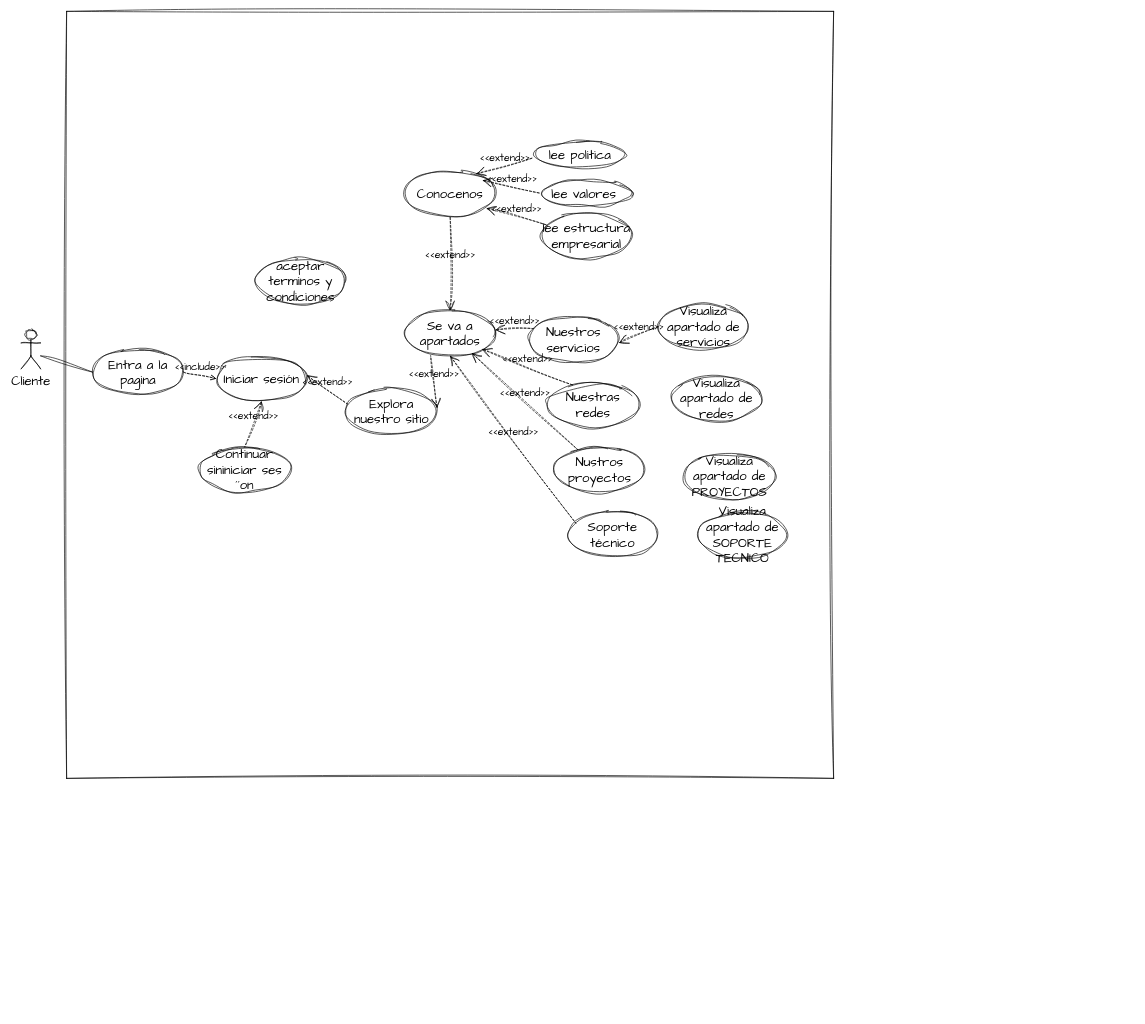
The draw.io diagram page "GENERAL" (1 of 4) of casos_uso_sitio_web.drawio in Ismael137O/ESDAD_CASOS_USO, before the edit. Source tidied: cells renumbered, new cells numbered last; positions are measured from the earlier drawing's top-left corner, leaving out a move shared by most shapes. Both pictures are drawn from the tidied source at 65%, with x=0, y=0 at pixel (21, 11).
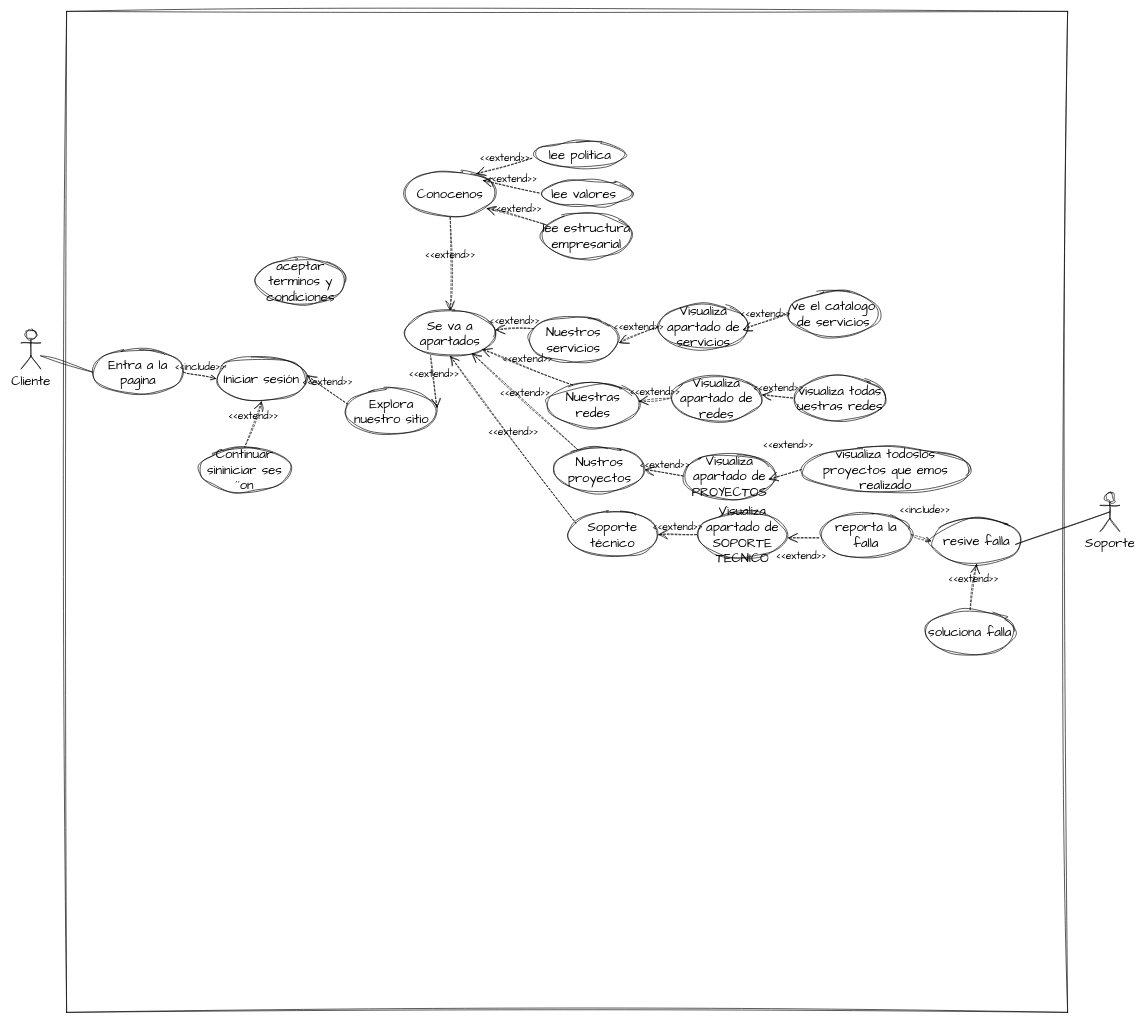
The same page after the edit.

Commit message:
se actualiza caso de uso general

Unchanged cells that the change refers to:
```xml
<mxCell id="10" value="Nustros proyectos" style="ellipse;whiteSpace=wrap;html=1;sketch=1;hachureGap=4;jiggle=2;curveFitting=1;fontFamily=Architects Daughter;fontSize=20;" parent="1" vertex="1">
  <mxGeometry x="820" y="670" width="140" height="70" as="geometry" />
</mxCell>
<mxCell id="26" value="Soporte técnico" style="ellipse;whiteSpace=wrap;html=1;sketch=1;hachureGap=4;jiggle=2;curveFitting=1;fontFamily=Architects Daughter;fontSize=20;" parent="1" vertex="1">
  <mxGeometry x="840" y="770" width="140" height="70" as="geometry" />
</mxCell>
<mxCell id="31" value="Visualiza apartado de redes" style="ellipse;whiteSpace=wrap;html=1;sketch=1;hachureGap=4;jiggle=2;curveFitting=1;fontFamily=Architects Daughter;fontSize=20;" parent="1" vertex="1">
  <mxGeometry x="1000" y="560" width="140" height="70" as="geometry" />
</mxCell>
<mxCell id="32" value="Visualiza apartado de PROYECTOS" style="ellipse;whiteSpace=wrap;html=1;sketch=1;hachureGap=4;jiggle=2;curveFitting=1;fontFamily=Architects Daughter;fontSize=20;" parent="1" vertex="1">
  <mxGeometry x="1020" y="680" width="140" height="70" as="geometry" />
</mxCell>
<mxCell id="33" value="Visualiza apartado de SOPORTE TECNICO" style="ellipse;whiteSpace=wrap;html=1;sketch=1;hachureGap=4;jiggle=2;curveFitting=1;fontFamily=Architects Daughter;fontSize=20;" parent="1" vertex="1">
  <mxGeometry x="1040" y="770" width="140" height="70" as="geometry" />
</mxCell>
```

The edit, as a diff of the source:
```diff
@@
     <mxCell id="2" style="whiteSpace=wrap;html=1;sketch=1;hachureGap=4;jiggle=2;curveFitting=1;fontFamily=Architects Daughter;fontSize=20;" parent="1" vertex="1">
-      <mxGeometry x="70" width="1180" height="1180" as="geometry" />
+      <mxGeometry x="70" width="1540" height="1540" as="geometry" />
     </mxCell>
@@
+    <mxCell id="36" value="&amp;lt;&amp;lt;extend&amp;gt;&amp;gt;" style="edgeStyle=none;html=1;startArrow=open;endArrow=none;startSize=12;verticalAlign=bottom;dashed=1;labelBackgroundColor=none;rounded=0;sketch=1;hachureGap=4;jiggle=2;curveFitting=1;fontFamily=Architects Daughter;fontSize=16;entryX=0;entryY=0.5;entryDx=0;entryDy=0;" parent="1" edge="1" target="31">
+      <mxGeometry relative="1" as="geometry">
+        <mxPoint x="950" y="600" as="sourcePoint" />
+      </mxGeometry>
+    </mxCell>
+    <mxCell id="37" value="&amp;lt;&amp;lt;extend&amp;gt;&amp;gt;" style="edgeStyle=none;html=1;startArrow=open;endArrow=none;startSize=12;verticalAlign=bottom;dashed=1;labelBackgroundColor=none;rounded=0;sketch=1;hachureGap=4;jiggle=2;curveFitting=1;fontFamily=Architects Daughter;fontSize=16;exitX=1;exitY=0.5;exitDx=0;exitDy=0;entryX=0;entryY=0.5;entryDx=0;entryDy=0;" parent="1" edge="1" source="10" target="32">
+      <mxGeometry relative="1" as="geometry" />
+    </mxCell>
+    <mxCell id="38" value="&amp;lt;&amp;lt;extend&amp;gt;&amp;gt;" style="edgeStyle=none;html=1;startArrow=open;endArrow=none;startSize=12;verticalAlign=bottom;dashed=1;labelBackgroundColor=none;rounded=0;sketch=1;hachureGap=4;jiggle=2;curveFitting=1;fontFamily=Architects Daughter;fontSize=16;entryX=0;entryY=0.5;entryDx=0;entryDy=0;exitX=1;exitY=0.5;exitDx=0;exitDy=0;" parent="1" edge="1" source="26" target="33">
+      <mxGeometry relative="1" as="geometry" />
+    </mxCell>
+    <mxCell id="39" value="visualiza todas uestras redes" style="ellipse;whiteSpace=wrap;html=1;sketch=1;hachureGap=4;jiggle=2;curveFitting=1;fontFamily=Architects Daughter;fontSize=20;" parent="1" vertex="1">
+      <mxGeometry x="1190" y="560" width="140" height="70" as="geometry" />
+    </mxCell>
+    <mxCell id="40" value="&amp;lt;&amp;lt;extend&amp;gt;&amp;gt;" style="edgeStyle=none;html=1;startArrow=open;endArrow=none;startSize=12;verticalAlign=bottom;dashed=1;labelBackgroundColor=none;rounded=0;sketch=1;hachureGap=4;jiggle=2;curveFitting=1;fontFamily=Architects Daughter;fontSize=16;entryX=0;entryY=0.5;entryDx=0;entryDy=0;" parent="1" edge="1" target="39">
+      <mxGeometry relative="1" as="geometry">
+        <mxPoint x="1140" y="590" as="sourcePoint" />
+      </mxGeometry>
+    </mxCell>
+    <mxCell id="41" value="visualiza todoslos proyectos que emos realizado" style="ellipse;whiteSpace=wrap;html=1;sketch=1;hachureGap=4;jiggle=2;curveFitting=1;fontFamily=Architects Daughter;fontSize=20;" parent="1" vertex="1">
+      <mxGeometry x="1200" y="670" width="260" height="70" as="geometry" />
+    </mxCell>
+    <mxCell id="42" value="&amp;lt;&amp;lt;extend&amp;gt;&amp;gt;" style="edgeStyle=none;html=1;startArrow=open;endArrow=none;startSize=12;verticalAlign=bottom;dashed=1;labelBackgroundColor=none;rounded=0;sketch=1;hachureGap=4;jiggle=2;curveFitting=1;fontFamily=Architects Daughter;fontSize=16;entryX=0;entryY=0.5;entryDx=0;entryDy=0;" parent="1" edge="1" target="41">
+      <mxGeometry x="0.54" y="30" relative="1" as="geometry">
+        <mxPoint x="1150" y="720" as="sourcePoint" />
+      </mxGeometry>
+    </mxCell>
+    <mxCell id="43" value="ve el catalogo de servicios" style="ellipse;whiteSpace=wrap;html=1;sketch=1;hachureGap=4;jiggle=2;curveFitting=1;fontFamily=Architects Daughter;fontSize=20;" parent="1" vertex="1">
+      <mxGeometry x="1180" y="430" width="140" height="70" as="geometry" />
+    </mxCell>
+    <mxCell id="44" value="&amp;lt;&amp;lt;extend&amp;gt;&amp;gt;" style="edgeStyle=none;html=1;startArrow=open;endArrow=none;startSize=12;verticalAlign=bottom;dashed=1;labelBackgroundColor=none;rounded=0;sketch=1;hachureGap=4;jiggle=2;curveFitting=1;fontFamily=Architects Daughter;fontSize=16;entryX=0;entryY=0.5;entryDx=0;entryDy=0;" parent="1" edge="1" target="43">
+      <mxGeometry relative="1" as="geometry">
+        <mxPoint x="1110" y="490" as="sourcePoint" />
+      </mxGeometry>
+    </mxCell>
+    <mxCell id="45" value="reporta la falla" style="ellipse;whiteSpace=wrap;html=1;sketch=1;hachureGap=4;jiggle=2;curveFitting=1;fontFamily=Architects Daughter;fontSize=20;" parent="1" vertex="1">
+      <mxGeometry x="1230" y="770" width="140" height="70" as="geometry" />
+    </mxCell>
+    <mxCell id="46" value="&amp;lt;&amp;lt;extend&amp;gt;&amp;gt;" style="edgeStyle=none;html=1;startArrow=open;endArrow=none;startSize=12;verticalAlign=bottom;dashed=1;labelBackgroundColor=none;rounded=0;sketch=1;hachureGap=4;jiggle=2;curveFitting=1;fontFamily=Architects Daughter;fontSize=16;" parent="1" edge="1">
+      <mxGeometry x="-0.2" y="-40" relative="1" as="geometry">
+        <mxPoint x="1180" y="810" as="sourcePoint" />
+        <mxPoint x="1230" y="810" as="targetPoint" />
+      </mxGeometry>
+    </mxCell>
+    <mxCell id="47" value="Soporte" style="shape=umlActor;html=1;verticalLabelPosition=bottom;verticalAlign=top;align=center;sketch=1;hachureGap=4;jiggle=2;curveFitting=1;fontFamily=Architects Daughter;fontSize=20;" parent="1" vertex="1">
+      <mxGeometry x="1660" y="740" width="30" height="60" as="geometry" />
+    </mxCell>
+    <mxCell id="48" value="resive falla" style="ellipse;whiteSpace=wrap;html=1;sketch=1;hachureGap=4;jiggle=2;curveFitting=1;fontFamily=Architects Daughter;fontSize=20;" parent="1" vertex="1">
+      <mxGeometry x="1400" y="780" width="140" height="70" as="geometry" />
+    </mxCell>
+    <mxCell id="49" value="soluciona falla" style="ellipse;whiteSpace=wrap;html=1;sketch=1;hachureGap=4;jiggle=2;curveFitting=1;fontFamily=Architects Daughter;fontSize=20;" parent="1" vertex="1">
+      <mxGeometry x="1390" y="920" width="140" height="70" as="geometry" />
+    </mxCell>
+    <mxCell id="50" value="&amp;lt;&amp;lt;extend&amp;gt;&amp;gt;" style="edgeStyle=none;html=1;startArrow=open;endArrow=none;startSize=12;verticalAlign=bottom;dashed=1;labelBackgroundColor=none;rounded=0;sketch=1;hachureGap=4;jiggle=2;curveFitting=1;fontFamily=Architects Daughter;fontSize=16;exitX=0.5;exitY=1;exitDx=0;exitDy=0;entryX=0.5;entryY=0;entryDx=0;entryDy=0;" parent="1" edge="1" source="48" target="49">
+      <mxGeometry relative="1" as="geometry" />
+    </mxCell>
+    <mxCell id="51" value="&amp;lt;&amp;lt;include&amp;gt;&amp;gt;" style="edgeStyle=none;html=1;endArrow=open;verticalAlign=bottom;dashed=1;labelBackgroundColor=none;rounded=0;sketch=1;hachureGap=4;jiggle=2;curveFitting=1;fontFamily=Architects Daughter;fontSize=16;entryX=0;entryY=0.5;entryDx=0;entryDy=0;exitX=1;exitY=0.5;exitDx=0;exitDy=0;" parent="1" edge="1" source="45" target="48">
+      <mxGeometry x="-0.3" y="30" relative="1" as="geometry" />
+    </mxCell>
+    <mxCell id="52" style="edgeStyle=none;html=1;endArrow=none;verticalAlign=bottom;rounded=0;sketch=1;hachureGap=4;jiggle=2;curveFitting=1;fontFamily=Architects Daughter;fontSize=16;entryX=0.5;entryY=0.5;entryDx=0;entryDy=0;entryPerimeter=0;" parent="1" edge="1" target="47">
+      <mxGeometry relative="1" as="geometry">
+        <mxPoint x="1530" y="820" as="sourcePoint" />
+      </mxGeometry>
+    </mxCell>
```
